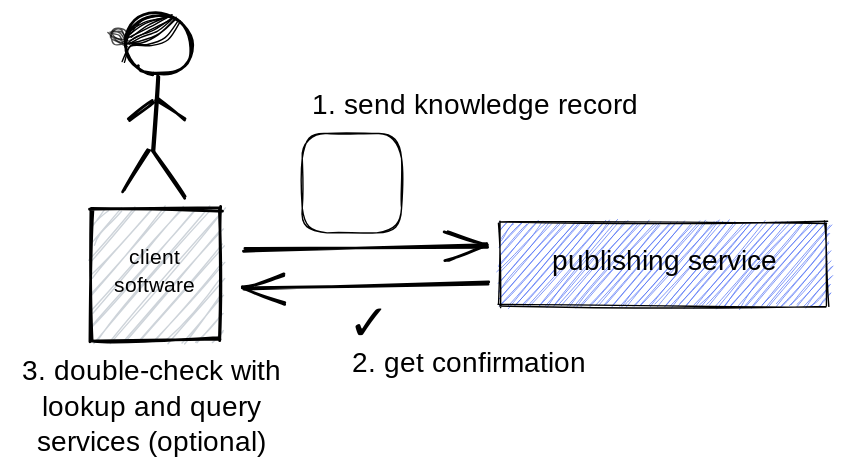
Before: images/publishing.svg, a diagram exported from Excalidraw (tkuhn/knowledge-space). Source tidied: one line per element, renumbered; positions are measured from the earlier drawing's top-left corner, leaving out a move shared by most shapes.
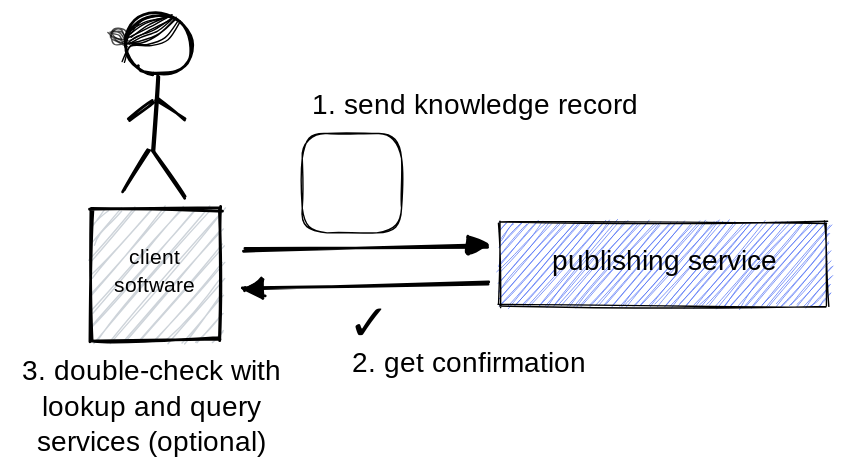
After the change.

Diff of the diagram source:
```diff
@@ -1,7 +1,7 @@
-{"id": 0, "type": "arrow", "strokeColor": "#000000", "strokeWidth": 2, "roughness": 1, "startArrowhead": "arrow", "from": 1, "to": 23, "x": 163, "y": 196, "width": 175, "height": 5, "points": [[0, 0], [175, -5]]}
+{"id": 0, "type": "arrow", "strokeColor": "#000000", "strokeWidth": 2, "roughness": 1, "startArrowhead": "triangle", "from": 1, "to": 23, "x": 163, "y": 196, "width": 175, "height": 5, "points": [[0, 0], [175, -5]]}
 {"id": 1, "type": "rectangle", "strokeColor": "#000000", "backgroundColor": "#ced4da", "fillStyle": "hachure", "strokeWidth": 2, "roughness": 1, "x": 55, "y": 139, "width": 92, "height": 94}
 {"id": 2, "type": "text", "text": "client\nsoftware", "strokeColor": "#000000", "backgroundColor": "#ced4da", "fillStyle": "hachure", "strokeWidth": 2, "roughness": 1, "fontSize": 15.0, "fontFamily": 1, "textAlign": "center", "verticalAlign": "middle", "x": 67, "y": 164, "width": 66, "height": 40}
-{"id": 3, "type": "arrow", "strokeColor": "#000000", "strokeWidth": 2, "roughness": 1, "endArrowhead": "arrow", "from": 1, "to": 23, "x": 164, "y": 168, "width": 174, "height": 2, "points": [[0, 0], [174, -2]]}
+{"id": 3, "type": "arrow", "strokeColor": "#000000", "strokeWidth": 2, "roughness": 1, "endArrowhead": "triangle", "from": 1, "to": 23, "x": 164, "y": 168, "width": 174, "height": 2, "points": [[0, 0], [174, -2]]}
 {"id": 4, "type": "text", "text": "1. send knowledge record", "strokeColor": "#000000", "strokeWidth": 1, "roughness": 1, "fontSize": 20, "fontFamily": 1, "textAlign": "center", "x": 211, "y": 53, "width": 236, "height": 25}
 {"id": 5, "type": "text", "text": "2. get confirmation", "strokeColor": "#000000", "strokeWidth": 1, "roughness": 1, "fontSize": 20, "fontFamily": 1, "x": 241, "y": 238, "width": 188, "height": 25}
 {"id": 6, "type": "text", "text": "3. double-check with\nlookup and query\nservices (optional)", "strokeColor": "#000000", "strokeWidth": 1, "roughness": 1, "fontSize": 20, "fontFamily": 1, "textAlign": "center", "x": 0, "y": 243, "width": 196, "height": 76}
```
